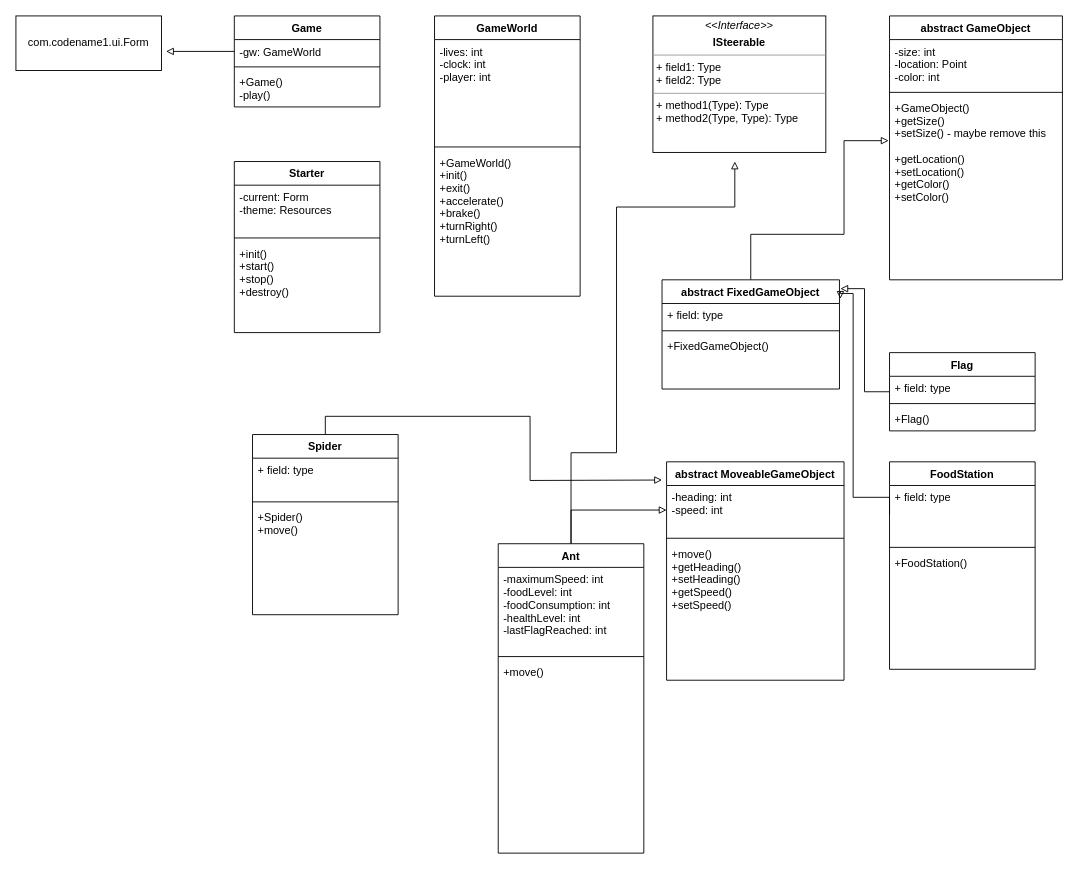
Earlier version of the draw.io diagram A1PrjUML.drawio (Val2049/A1Prj). Source tidied: cells renumbered, new cells numbered last; positions are measured from the earlier drawing's top-left corner, leaving out a move shared by most shapes. Both pictures are drawn from the tidied source at 91%, with x=0, y=0 at pixel (15, 15).
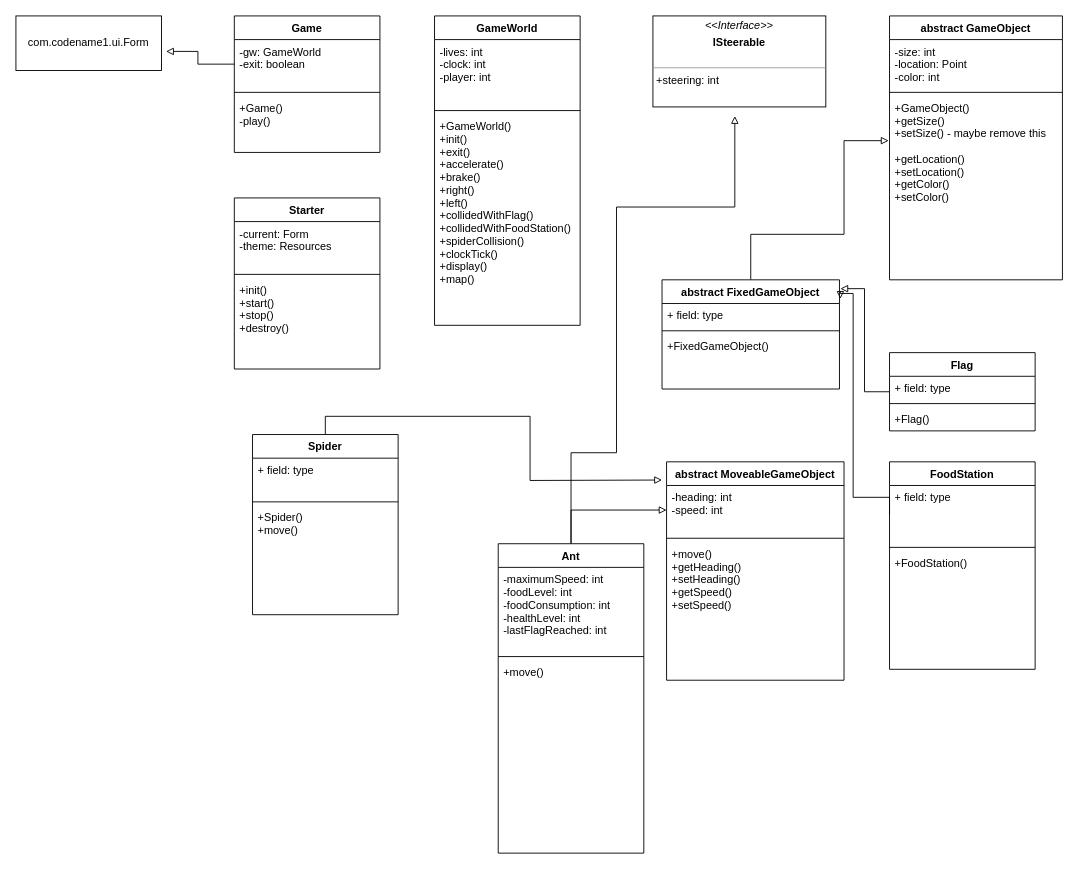
After the change.

The change refers to these unchanged cells:
```xml
<mxCell id="43" value="Ant" style="swimlane;fontStyle=1;align=center;verticalAlign=top;horizontal=1;startSize=26;" parent="1" vertex="1">
  <mxGeometry x="530" y="580" width="160" height="340" as="geometry" />
</mxCell>
```

Diff of the diagram source:
```diff
@@
     <mxCell id="3" value="Game" style="swimlane;fontStyle=1;align=center;verticalAlign=top;horizontal=1;startSize=26;" parent="1" vertex="1">
-      <mxGeometry x="240" width="160" height="100" as="geometry" />
+      <mxGeometry x="240" width="160" height="150" as="geometry" />
     </mxCell>
-    <mxCell id="4" value="-gw: GameWorld" style="text;strokeColor=none;fillColor=none;align=left;verticalAlign=top;spacingLeft=4;spacingRight=4;overflow=hidden;points=[[0,0.5],[1,0.5]];portConstraint=eastwest;" parent="3" vertex="1">
-      <mxGeometry y="26" width="160" height="26" as="geometry" />
+    <mxCell id="4" value="-gw: GameWorld&#10;-exit: boolean&#10;" style="text;strokeColor=none;fillColor=none;align=left;verticalAlign=top;spacingLeft=4;spacingRight=4;overflow=hidden;points=[[0,0.5],[1,0.5]];portConstraint=eastwest;" parent="3" vertex="1">
+      <mxGeometry y="26" width="160" height="54" as="geometry" />
     </mxCell>
     <mxCell id="5" style="line;strokeWidth=1;fillColor=none;align=left;verticalAlign=middle;spacingTop=-1;spacingLeft=3;spacingRight=3;labelPosition=right;" parent="3" vertex="1">
-      <mxGeometry y="52" width="160" height="8" as="geometry" />
+      <mxGeometry y="80" width="160" height="8" as="geometry" />
     </mxCell>
     <mxCell id="6" value="+Game()&#10;-play()&#10;&#10;" style="text;strokeColor=none;fillColor=none;align=left;verticalAlign=top;spacingLeft=4;spacingRight=4;overflow=hidden;" parent="3" vertex="1">
-      <mxGeometry y="60" width="160" height="40" as="geometry" />
+      <mxGeometry y="88" width="160" height="62" as="geometry" />
     </mxCell>
@@
     <mxCell id="8" value="GameWorld" style="swimlane;fontStyle=1;align=center;verticalAlign=top;horizontal=1;startSize=26;" parent="1" vertex="1">
-      <mxGeometry x="460" width="160" height="308" as="geometry" />
+      <mxGeometry x="460" width="160" height="340" as="geometry" />
     </mxCell>
     <mxCell id="9" value="-lives: int&#10;-clock: int&#10;-player: int&#10;&#10;" style="text;strokeColor=none;fillColor=none;align=left;verticalAlign=top;spacingLeft=4;spacingRight=4;overflow=hidden;" parent="8" vertex="1">
-      <mxGeometry y="26" width="160" height="114" as="geometry" />
+      <mxGeometry y="26" width="160" height="74" as="geometry" />
     </mxCell>
     <mxCell id="10" style="line;strokeWidth=1;fillColor=none;align=left;verticalAlign=middle;spacingTop=-1;spacingLeft=3;spacingRight=3;labelPosition=right;" parent="8" vertex="1">
-      <mxGeometry y="140" width="160" height="8" as="geometry" />
+      <mxGeometry y="100" width="160" height="8" as="geometry" />
     </mxCell>
-    <mxCell id="11" value="+GameWorld()&#10;+init()&#10;+exit()&#10;+accelerate()&#10;+brake()&#10;+turnRight()&#10;+turnLeft()&#10;" style="text;strokeColor=none;fillColor=none;align=left;verticalAlign=top;spacingLeft=4;spacingRight=4;overflow=hidden;" parent="8" vertex="1">
-      <mxGeometry y="148" width="160" height="160" as="geometry" />
+    <mxCell id="11" value="+GameWorld()&#10;+init()&#10;+exit()&#10;+accelerate()&#10;+brake()&#10;+right()&#10;+left()&#10;+collidedWithFlag()&#10;+collidedWithFoodStation()&#10;+spiderCollision()&#10;+clockTick()&#10;+display()&#10;+map()&#10;&#10;&#10;" style="text;strokeColor=none;fillColor=none;align=left;verticalAlign=top;spacingLeft=4;spacingRight=4;overflow=hidden;" parent="8" vertex="1">
+      <mxGeometry y="108" width="160" height="232" as="geometry" />
     </mxCell>
-    <mxCell id="12" value="&lt;p style=&quot;margin: 0px ; margin-top: 4px ; text-align: center&quot;&gt;&lt;i&gt;&amp;lt;&amp;lt;Interface&amp;gt;&amp;gt;&lt;/i&gt;&lt;/p&gt;&lt;p style=&quot;margin: 0px ; margin-top: 4px ; text-align: center&quot;&gt;&lt;b&gt;ISteerable&lt;/b&gt;&lt;br&gt;&lt;/p&gt;&lt;hr size=&quot;1&quot;&gt;&lt;p style=&quot;margin: 0px ; margin-left: 4px&quot;&gt;+ field1: Type&lt;br&gt;+ field2: Type&lt;/p&gt;&lt;hr size=&quot;1&quot;&gt;&lt;p style=&quot;margin: 0px ; margin-left: 4px&quot;&gt;+ method1(Type): Type&lt;br&gt;+ method2(Type, Type): Type&lt;/p&gt;" style="verticalAlign=top;align=left;overflow=fill;fontSize=12;fontFamily=Helvetica;html=1;" parent="1" vertex="1">
-      <mxGeometry x="700" width="190" height="150" as="geometry" />
+    <mxCell id="12" value="&lt;p style=&quot;margin: 0px ; margin-top: 4px ; text-align: center&quot;&gt;&lt;i&gt;&amp;lt;&amp;lt;Interface&amp;gt;&amp;gt;&lt;/i&gt;&lt;/p&gt;&lt;p style=&quot;margin: 0px ; margin-top: 4px ; text-align: center&quot;&gt;&lt;b&gt;ISteerable&lt;/b&gt;&lt;br&gt;&lt;/p&gt;&lt;br&gt;&lt;hr size=&quot;1&quot;&gt;&lt;p style=&quot;margin: 0px ; margin-left: 4px&quot;&gt;+steering: int&lt;br&gt;&lt;/p&gt;" style="verticalAlign=top;align=left;overflow=fill;fontSize=12;fontFamily=Helvetica;html=1;" parent="1" vertex="1">
+      <mxGeometry x="700" width="190" height="100" as="geometry" />
     </mxCell>
@@
     <mxCell id="41" style="edgeStyle=orthogonalEdgeStyle;rounded=0;jettySize=auto;html=1;endArrow=block;endFill=0;" parent="1" edge="1" source="43">
       <mxGeometry relative="1" as="geometry">
-        <mxPoint x="790" y="160" as="targetPoint" />
+        <mxPoint x="790" y="110" as="targetPoint" />
         <Array as="points">
           <mxPoint x="610" y="480" />
           <mxPoint x="660" y="480" />
           <mxPoint x="660" y="210" />
           <mxPoint x="790" y="210" />
         </Array>
       </mxGeometry>
     </mxCell>
@@
     <mxCell id="47" value="Starter" style="swimlane;fontStyle=1;align=center;verticalAlign=top;horizontal=1;startSize=26;" parent="1" vertex="1">
-      <mxGeometry x="240" y="160" width="160" height="188" as="geometry" />
+      <mxGeometry x="240" y="200" width="160" height="188" as="geometry" />
     </mxCell>
```
